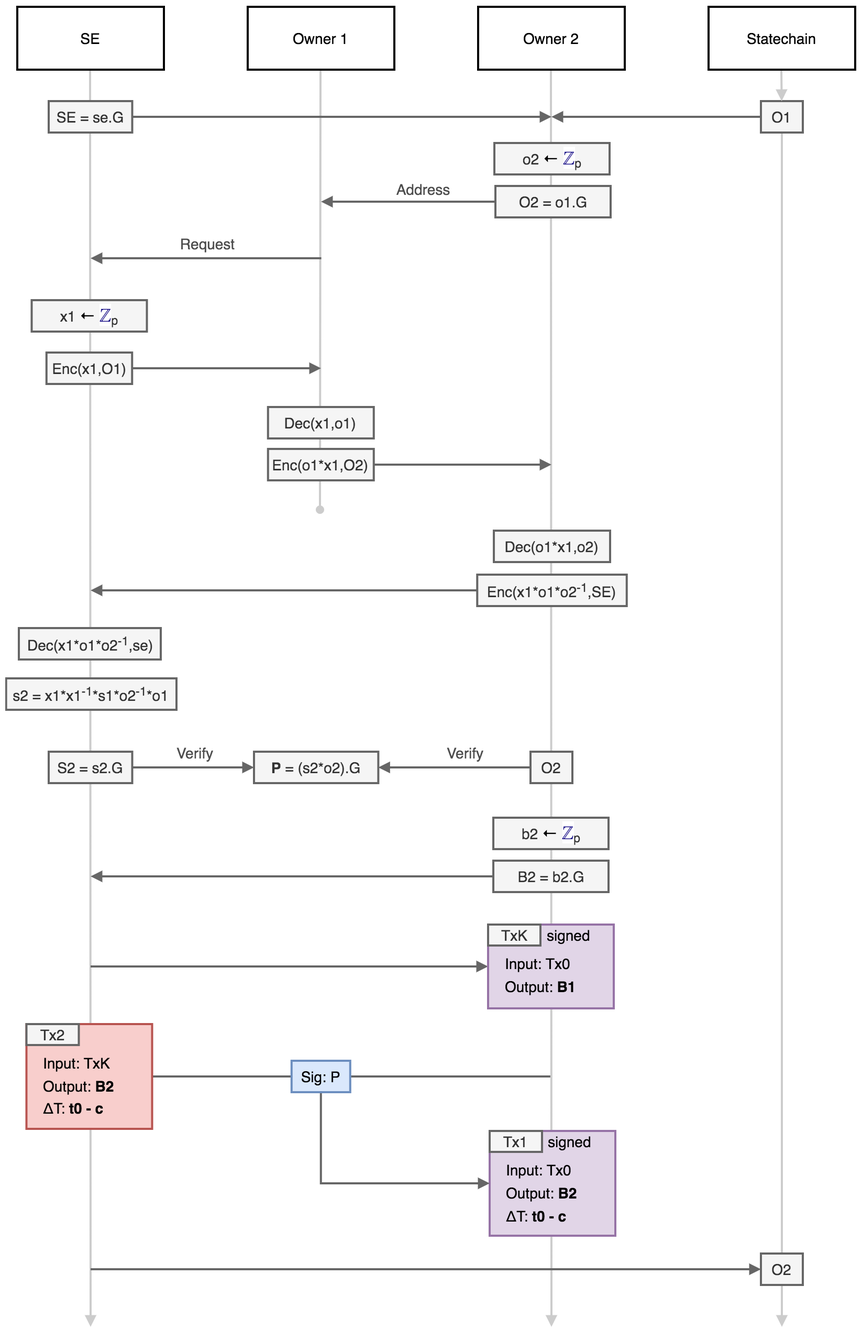
The draw.io diagram images/fig5.png in commerceblock/mercury, before a commit. Source tidied: cells renumbered, new cells last; positions are measured from the earlier drawing's top-left corner, leaving out a move shared by most shapes.
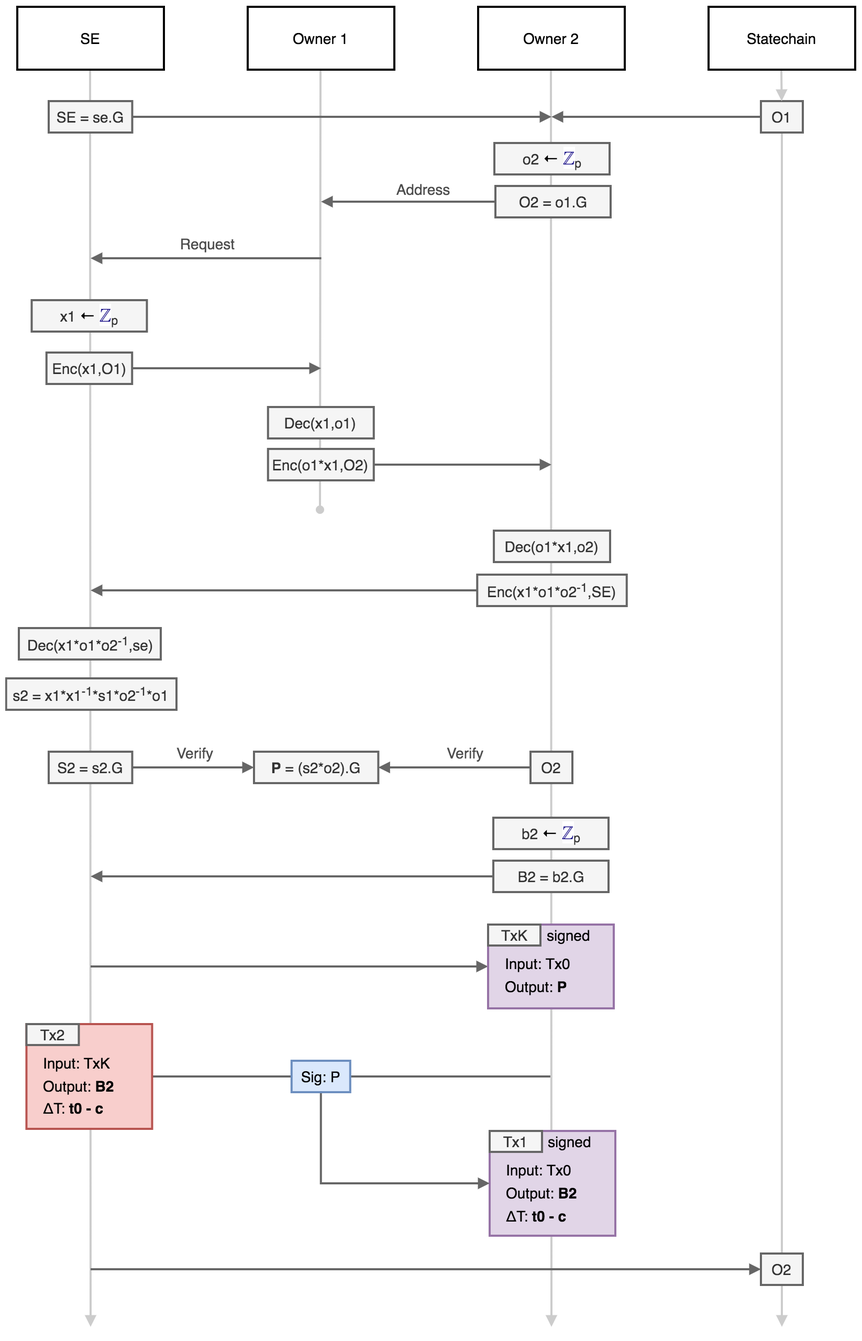
Above is the later version.

What changed in the source:
```diff
@@ -214,7 +214,7 @@
     <mxCell id="59" value="&lt;font style=&quot;font-size: 14px&quot;&gt;Input: Tx0&lt;/font&gt;" style="text;html=1;fontSize=16;" parent="1" vertex="1">
       <mxGeometry x="474.5" y="898" width="80" height="30" as="geometry" />
     </mxCell>
-    <mxCell id="60" value="&lt;font style=&quot;font-size: 14px&quot;&gt;Output: &lt;b&gt;B1&lt;/b&gt;&lt;/font&gt;" style="text;html=1;fontSize=16;" parent="1" vertex="1">
+    <mxCell id="60" value="&lt;font style=&quot;font-size: 14px&quot;&gt;Output: &lt;b&gt;P&lt;/b&gt;&lt;/font&gt;" style="text;html=1;fontSize=16;" parent="1" vertex="1">
       <mxGeometry x="474.5" y="920" width="80" height="30" as="geometry" />
     </mxCell>
     <mxCell id="61" value="&lt;font style=&quot;font-size: 14px&quot;&gt;signed&lt;/font&gt;" style="text;html=1;fontSize=16;" parent="1" vertex="1">
```
